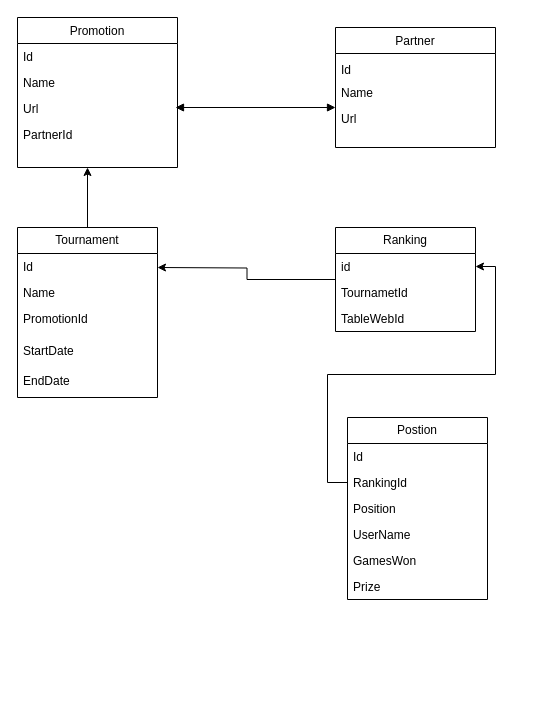
Above: Tournaments.drawio in warydiaz/estudioPosgrado (draw.io), before the change. Source tidied: cells renumbered, new cells numbered last; positions are measured from the earlier drawing's top-left corner, leaving out a move shared by most shapes. Both pictures are drawn from the tidied source at 100%, with x=0, y=0 at pixel (17, 17).
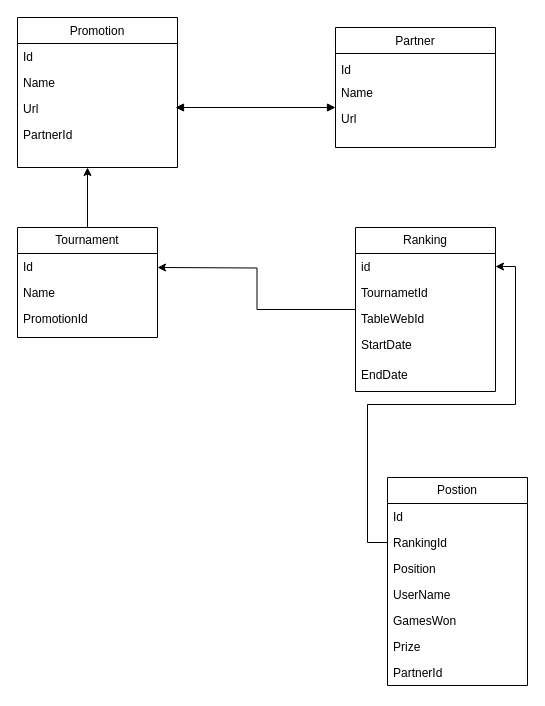
The same diagram, later.

Change to the diagram source:
```diff
@@
     <mxCell id="12" value="Tournament" style="swimlane;fontStyle=0;horizontal=1;startSize=26;fillColor=none;whiteSpace=wrap;html=1;" parent="1" vertex="1">
-      <mxGeometry y="210" width="140" height="170" as="geometry" />
+      <mxGeometry y="210" width="140" height="110" as="geometry" />
     </mxCell>
@@
-    <mxCell id="16" value="StartDate" style="text;strokeColor=none;fillColor=none;align=left;verticalAlign=top;spacingLeft=4;spacingRight=4;overflow=hidden;whiteSpace=wrap;html=1;" parent="12" vertex="1">
-      <mxGeometry y="110" width="140" height="30" as="geometry" />
-    </mxCell>
-    <mxCell id="17" value="EndDate" style="text;strokeColor=none;fillColor=none;align=left;verticalAlign=top;spacingLeft=4;spacingRight=4;overflow=hidden;whiteSpace=wrap;html=1;" parent="12" vertex="1">
-      <mxGeometry y="140" width="140" height="30" as="geometry" />
-    </mxCell>
@@
     <mxCell id="20" value="Ranking" style="swimlane;fontStyle=0;horizontal=1;startSize=26;fillColor=none;whiteSpace=wrap;html=1;" parent="1" vertex="1">
-      <mxGeometry x="318" y="210" width="140" height="104" as="geometry" />
+      <mxGeometry x="338" y="210" width="140" height="164" as="geometry" />
     </mxCell>
@@
+    <mxCell id="16" value="StartDate" style="text;strokeColor=none;fillColor=none;align=left;verticalAlign=top;spacingLeft=4;spacingRight=4;overflow=hidden;whiteSpace=wrap;html=1;" parent="20" vertex="1">
+      <mxGeometry y="104" width="140" height="30" as="geometry" />
+    </mxCell>
+    <mxCell id="17" value="EndDate" style="text;strokeColor=none;fillColor=none;align=left;verticalAlign=top;spacingLeft=4;spacingRight=4;overflow=hidden;whiteSpace=wrap;html=1;" parent="20" vertex="1">
+      <mxGeometry y="134" width="140" height="30" as="geometry" />
+    </mxCell>
     <mxCell id="24" value="Postion" style="swimlane;fontStyle=0;horizontal=1;startSize=26;fillColor=none;whiteSpace=wrap;html=1;" parent="1" vertex="1">
-      <mxGeometry x="330" y="400" width="140" height="182" as="geometry" />
+      <mxGeometry x="370" y="460" width="140" height="208" as="geometry" />
     </mxCell>
@@
+    <mxCell id="32" value="PartnerId" style="text;strokeColor=none;fillColor=none;align=left;verticalAlign=top;spacingLeft=4;spacingRight=4;overflow=hidden;whiteSpace=wrap;html=1;" parent="24" vertex="1">
+      <mxGeometry y="182" width="140" height="26" as="geometry" />
+    </mxCell>
```
